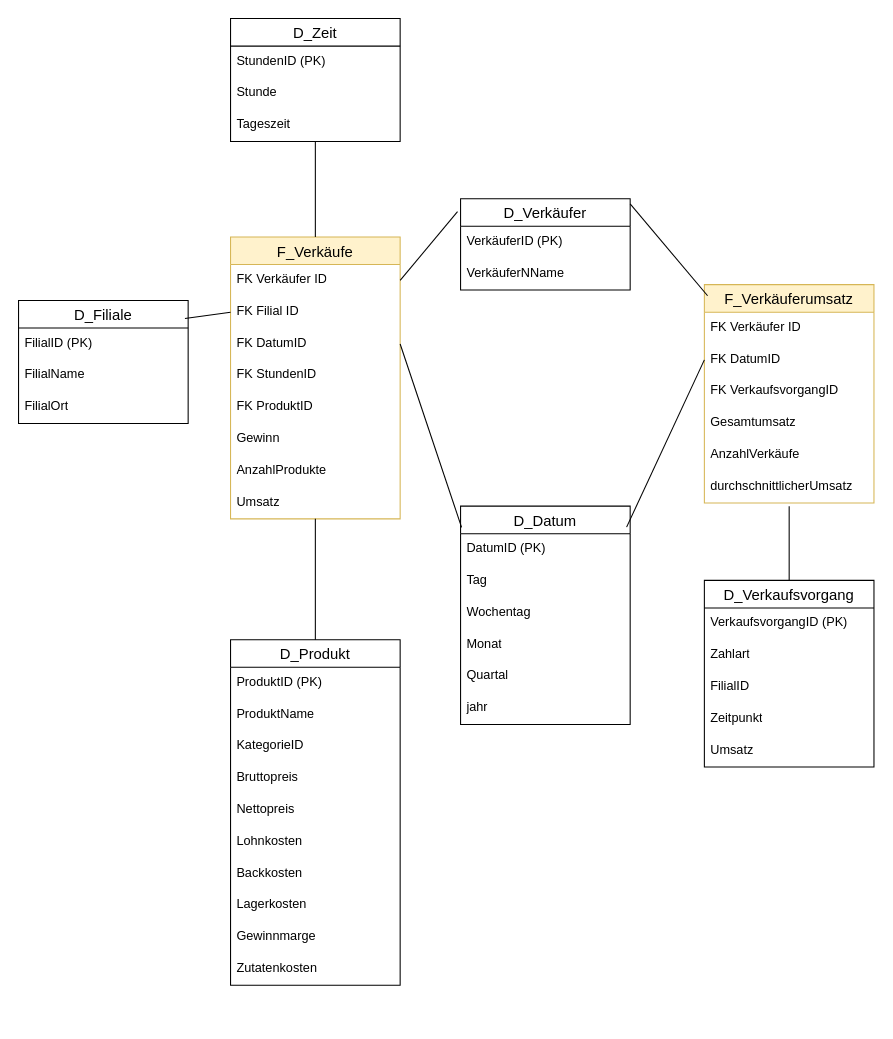
This is Galaxyschema_BrotZeit.drawio from Thoerchen/BackZeit, a draw.io file, before an edit. Source tidied: cells renumbered, new cells numbered last; positions are measured from the earlier drawing's top-left corner, leaving out a move shared by most shapes. Both pictures are drawn from the tidied source at 106%, with x=0, y=0 at pixel (18, 18).
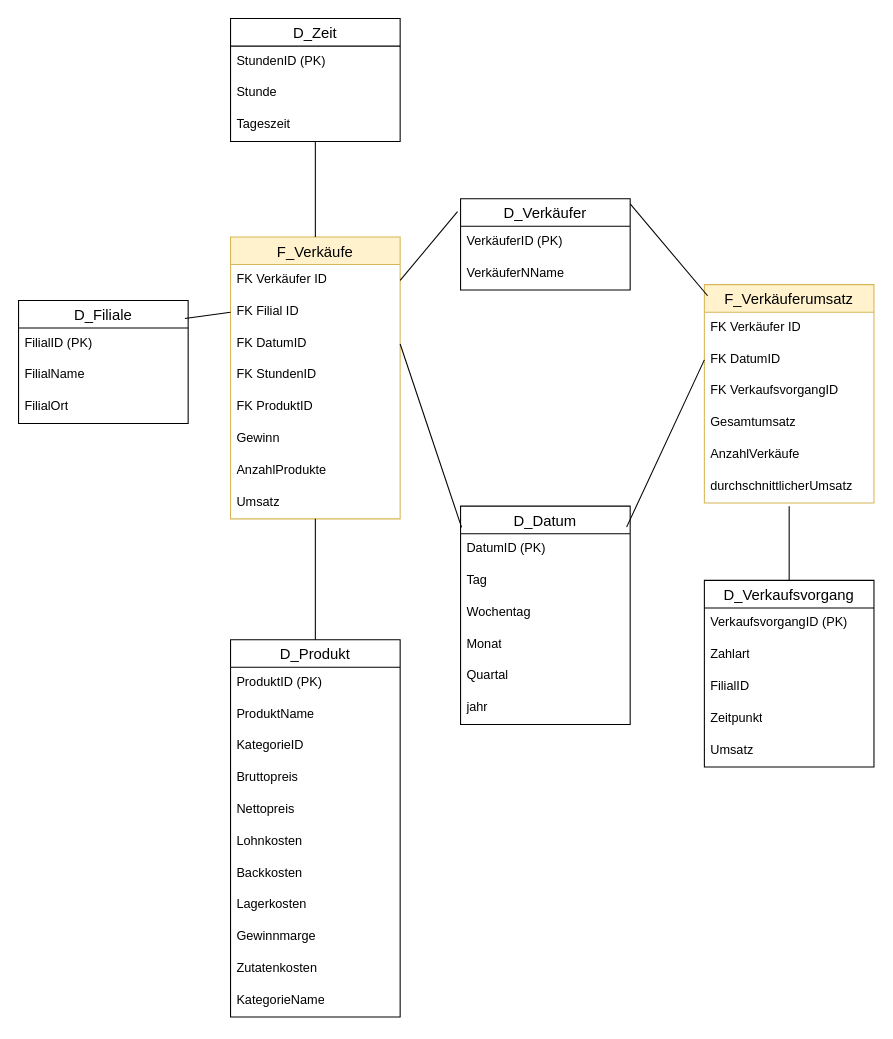
After the change.

Commit message (it also covers changes not shown here):
KategorieName ergänzt

The edit, as a diff of the source:
```diff
@@
     <mxCell id="29" value="D_Produkt" style="swimlane;fontStyle=0;horizontal=1;startSize=26;align=center;fontSize=14;" parent="1" vertex="1">
-      <mxGeometry x="200" y="586" width="160" height="326" as="geometry" />
+      <mxGeometry x="200" y="586" width="160" height="356" as="geometry" />
     </mxCell>
@@
+    <mxCell id="61" value="KategorieName" style="text;strokeColor=none;fillColor=none;spacingLeft=4;spacingRight=4;overflow=hidden;fontSize=12;whiteSpace=wrap;html=1;" parent="29" vertex="1">
+      <mxGeometry y="326" width="160" height="30" as="geometry" />
+    </mxCell>
```
